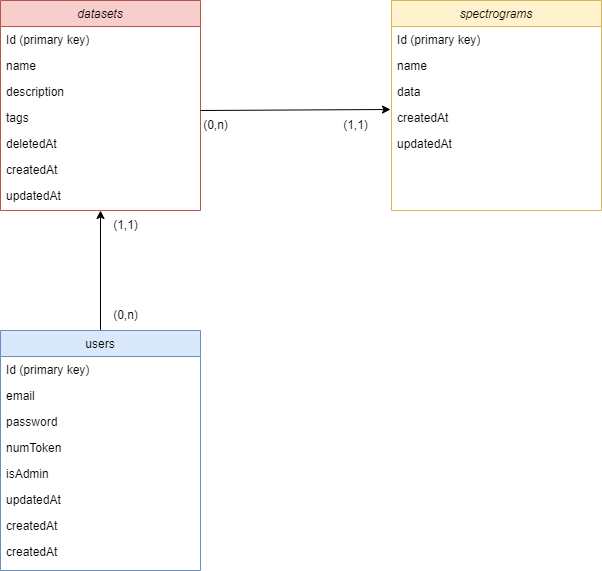
Earlier version of the draw.io export diagrammi/DiagrammaRelazionale.drawio.png (LauraFe01/Inference-Management-System). Source tidied: cells renumbered, new cells last; positions are measured from the earlier drawing's top-left corner, leaving out a move shared by most shapes.
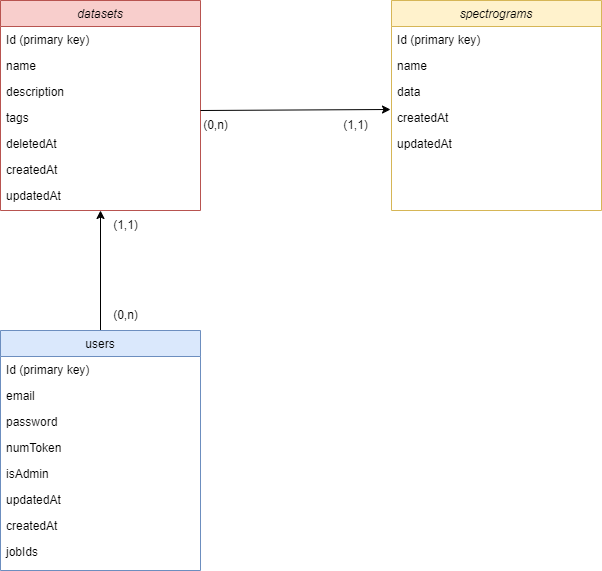
The same file after the commit.

Change to the diagram source:
```diff
@@ -92,7 +92,7 @@
     <mxCell id="30" value="(1,1)" style="text;html=1;align=center;verticalAlign=middle;strokeColor=none;fillColor=none;" parent="1" vertex="1">
       <mxGeometry x="100" y="210" width="50" height="30" as="geometry" />
     </mxCell>
-    <mxCell id="31" value="createdAt" style="text;align=left;verticalAlign=top;spacingLeft=4;spacingRight=4;overflow=hidden;rounded=0;shadow=0;html=0;" parent="1" vertex="1">
+    <mxCell id="31" value="jobIds" style="text;align=left;verticalAlign=top;spacingLeft=4;spacingRight=4;overflow=hidden;rounded=0;shadow=0;html=0;" parent="1" vertex="1">
       <mxGeometry y="538" width="200" height="26" as="geometry" />
     </mxCell>
   </root>
```
